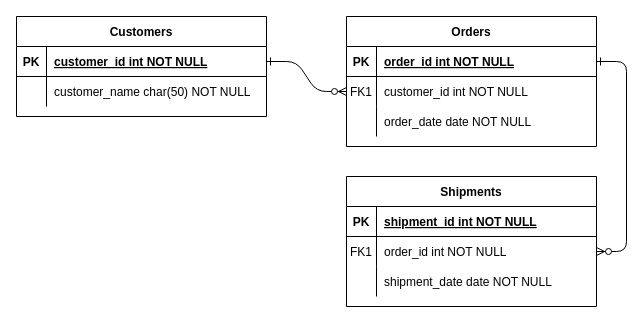
Above: 名称未設定ファイル.drawio in s17w09/Entity-Relationship-Diagram (draw.io), before the change. Source tidied: cells renumbered, new cells numbered last; positions are measured from the earlier drawing's top-left corner, leaving out a move shared by most shapes. Both pictures are drawn from the tidied source at 100%, with x=0, y=0 at pixel (16, 16).
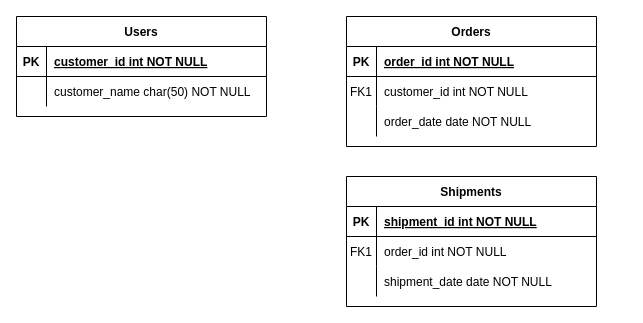
Above is the later version.

Commit message (it also covers changes not shown here):
名称未設定ファイル.drawio を更新します

The change refers to these unchanged cells:
```xml
<mxCell id="5" style="shape=partialRectangle;fillColor=none;points=[[0,0.5],[1,0.5]];portConstraint=eastwest;top=0;left=0;right=0;bottom=1;" parent="4" vertex="1">
  <mxGeometry y="30" width="250" height="30" as="geometry" />
</mxCell>
<mxCell id="8" style="shape=partialRectangle;fillColor=none;points=[[0,0.5],[1,0.5]];portConstraint=eastwest;top=0;left=0;right=0;bottom=0;" parent="4" vertex="1">
  <mxGeometry y="60" width="250" height="30" as="geometry" />
</mxCell>
<mxCell id="18" style="shape=partialRectangle;fillColor=none;points=[[0,0.5],[1,0.5]];portConstraint=eastwest;top=0;left=0;right=0;bottom=0;" parent="14" vertex="1">
  <mxGeometry y="60" width="250" height="30" as="geometry" />
</mxCell>
<mxCell id="25" style="shape=partialRectangle;fillColor=none;points=[[0,0.5],[1,0.5]];portConstraint=eastwest;top=0;left=0;right=0;bottom=1;" parent="24" vertex="1">
  <mxGeometry y="30" width="250" height="30" as="geometry" />
</mxCell>
```

Change to the diagram source:
```diff
@@
-    <mxCell id="2" style="edgeStyle=entityRelationEdgeStyle;endArrow=ERzeroToMany;startArrow=ERone;endFill=1;startFill=0;" parent="1" edge="1" source="25" target="8">
-      <mxGeometry relative="1" as="geometry" />
-    </mxCell>
-    <mxCell id="3" style="edgeStyle=entityRelationEdgeStyle;endArrow=ERzeroToMany;startArrow=ERone;endFill=1;startFill=0;" parent="1" edge="1" source="5" target="18">
-      <mxGeometry relative="1" as="geometry" />
-    </mxCell>
@@
-    <mxCell id="24" value="Customers" style="shape=table;startSize=30;childLayout=tableLayout;rowLines=0;fontStyle=1;align=center;" parent="1" vertex="1">
+    <mxCell id="24" value="Users" style="shape=table;startSize=30;childLayout=tableLayout;rowLines=0;fontStyle=1;align=center;" parent="1" vertex="1">
       <mxGeometry width="250" height="100" as="geometry" />
     </mxCell>
```
